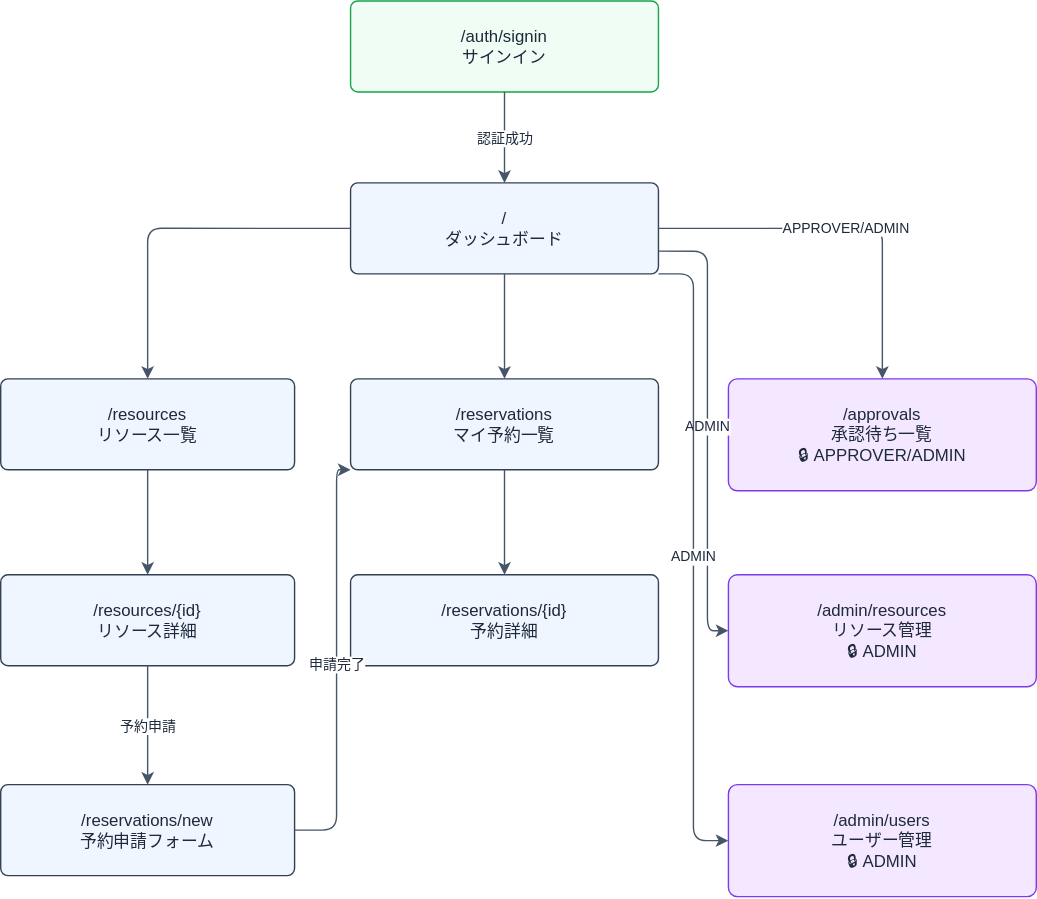
This is docs-next/static/diagrams/spec/screen-spec-navigation.drawio.svg from CHS-Training-Org/ai_training_for_chuo_system, a draw.io export, as it was before one commit. Source tidied: cells renumbered, new cells last; positions are measured from the earlier drawing's top-left corner, leaving out a move shared by most shapes. Source of this version:
```xml
<mxGraphModel>
  <root>
    <mxCell id="0" />
    <mxCell id="1" parent="0" />
    <mxCell id="2" value="/auth/signin&#10;サインイン" style="rounded=1;whiteSpace=wrap;html=1;fillColor=#F0FDF4;strokeColor=#16A34A;fontColor=#1E293B;arcSize=8;" parent="1" vertex="1">
      <mxGeometry x="250" width="220" height="65" as="geometry" />
    </mxCell>
    <mxCell id="3" value="/&#10;ダッシュボード" style="rounded=1;whiteSpace=wrap;html=1;fillColor=#EFF6FF;strokeColor=#334155;fontColor=#1E293B;arcSize=8;" parent="1" vertex="1">
      <mxGeometry x="250" y="130" width="220" height="65" as="geometry" />
    </mxCell>
    <mxCell id="4" value="/resources&#10;リソース一覧" style="rounded=1;whiteSpace=wrap;html=1;fillColor=#EFF6FF;strokeColor=#334155;fontColor=#1E293B;arcSize=8;" parent="1" vertex="1">
      <mxGeometry y="270" width="210" height="65" as="geometry" />
    </mxCell>
    <mxCell id="5" value="/reservations&#10;マイ予約一覧" style="rounded=1;whiteSpace=wrap;html=1;fillColor=#EFF6FF;strokeColor=#334155;fontColor=#1E293B;arcSize=8;" parent="1" vertex="1">
      <mxGeometry x="250" y="270" width="220" height="65" as="geometry" />
    </mxCell>
    <mxCell id="6" value="/approvals&#10;承認待ち一覧&#10;🔒 APPROVER/ADMIN" style="rounded=1;whiteSpace=wrap;html=1;fillColor=#F3E8FF;strokeColor=#7C3AED;fontColor=#1E293B;arcSize=8;" parent="1" vertex="1">
      <mxGeometry x="520" y="270" width="220" height="80" as="geometry" />
    </mxCell>
    <mxCell id="7" value="/resources/{id}&#10;リソース詳細" style="rounded=1;whiteSpace=wrap;html=1;fillColor=#EFF6FF;strokeColor=#334155;fontColor=#1E293B;arcSize=8;" parent="1" vertex="1">
      <mxGeometry y="410" width="210" height="65" as="geometry" />
    </mxCell>
    <mxCell id="8" value="/reservations/{id}&#10;予約詳細" style="rounded=1;whiteSpace=wrap;html=1;fillColor=#EFF6FF;strokeColor=#334155;fontColor=#1E293B;arcSize=8;" parent="1" vertex="1">
      <mxGeometry x="250" y="410" width="220" height="65" as="geometry" />
    </mxCell>
    <mxCell id="9" value="/admin/resources&#10;リソース管理&#10;🔒 ADMIN" style="rounded=1;whiteSpace=wrap;html=1;fillColor=#F3E8FF;strokeColor=#7C3AED;fontColor=#1E293B;arcSize=8;" parent="1" vertex="1">
      <mxGeometry x="520" y="410" width="220" height="80" as="geometry" />
    </mxCell>
    <mxCell id="10" value="/reservations/new&#10;予約申請フォーム" style="rounded=1;whiteSpace=wrap;html=1;fillColor=#EFF6FF;strokeColor=#334155;fontColor=#1E293B;arcSize=8;" parent="1" vertex="1">
      <mxGeometry y="560" width="210" height="65" as="geometry" />
    </mxCell>
    <mxCell id="11" value="/admin/users&#10;ユーザー管理&#10;🔒 ADMIN" style="rounded=1;whiteSpace=wrap;html=1;fillColor=#F3E8FF;strokeColor=#7C3AED;fontColor=#1E293B;arcSize=8;" parent="1" vertex="1">
      <mxGeometry x="520" y="560" width="220" height="80" as="geometry" />
    </mxCell>
    <mxCell id="12" value="認証成功" style="edgeStyle=orthogonalEdgeStyle;rounded=1;jettySize=auto;html=1;strokeColor=#475569;fontColor=#1E293B;fontSize=10;" parent="1" edge="1" source="2" target="3">
      <mxGeometry relative="1" as="geometry" />
    </mxCell>
    <mxCell id="13" style="edgeStyle=orthogonalEdgeStyle;rounded=1;jettySize=auto;html=1;strokeColor=#475569;exitX=0;exitY=0.5;exitDx=0;exitDy=0;entryX=0.5;entryY=0;entryDx=0;entryDy=0;" parent="1" edge="1" source="3" target="4">
      <mxGeometry relative="1" as="geometry" />
    </mxCell>
    <mxCell id="14" style="edgeStyle=orthogonalEdgeStyle;rounded=1;jettySize=auto;html=1;strokeColor=#475569;exitX=0.5;exitY=1;exitDx=0;exitDy=0;entryX=0.5;entryY=0;entryDx=0;entryDy=0;" parent="1" edge="1" source="3" target="5">
      <mxGeometry relative="1" as="geometry" />
    </mxCell>
    <mxCell id="15" value="APPROVER/ADMIN" style="edgeStyle=orthogonalEdgeStyle;rounded=1;jettySize=auto;html=1;strokeColor=#475569;fontColor=#1E293B;fontSize=10;exitX=1;exitY=0.5;exitDx=0;exitDy=0;entryX=0.5;entryY=0;entryDx=0;entryDy=0;" parent="1" edge="1" source="3" target="6">
      <mxGeometry relative="1" as="geometry" />
    </mxCell>
    <mxCell id="16" value="ADMIN" style="edgeStyle=orthogonalEdgeStyle;rounded=1;jettySize=auto;html=1;strokeColor=#475569;fontColor=#1E293B;fontSize=10;exitX=1;exitY=0.75;exitDx=0;exitDy=0;entryX=0;entryY=0.5;entryDx=0;entryDy=0;" parent="1" edge="1" source="3" target="9">
      <mxGeometry relative="1" as="geometry">
        <Array as="points">
          <mxPoint x="505" y="450" />
        </Array>
      </mxGeometry>
    </mxCell>
    <mxCell id="17" value="ADMIN" style="edgeStyle=orthogonalEdgeStyle;rounded=1;jettySize=auto;html=1;strokeColor=#475569;fontColor=#1E293B;fontSize=10;exitX=1;exitY=1;exitDx=0;exitDy=0;entryX=0;entryY=0.5;entryDx=0;entryDy=0;" parent="1" edge="1" source="3" target="11">
      <mxGeometry relative="1" as="geometry">
        <Array as="points">
          <mxPoint x="495" y="195" />
          <mxPoint x="495" y="600" />
        </Array>
      </mxGeometry>
    </mxCell>
    <mxCell id="18" style="edgeStyle=orthogonalEdgeStyle;rounded=1;jettySize=auto;html=1;strokeColor=#475569;" parent="1" edge="1" source="4" target="7">
      <mxGeometry relative="1" as="geometry" />
    </mxCell>
    <mxCell id="19" value="予約申請" style="edgeStyle=orthogonalEdgeStyle;rounded=1;jettySize=auto;html=1;strokeColor=#475569;fontColor=#1E293B;fontSize=10;" parent="1" edge="1" source="7" target="10">
      <mxGeometry relative="1" as="geometry" />
    </mxCell>
    <mxCell id="20" value="申請完了" style="edgeStyle=orthogonalEdgeStyle;rounded=1;jettySize=auto;html=1;strokeColor=#475569;fontColor=#1E293B;fontSize=10;exitX=1;exitY=0.5;exitDx=0;exitDy=0;entryX=0;entryY=1;entryDx=0;entryDy=0;" parent="1" edge="1" source="10" target="5">
      <mxGeometry relative="1" as="geometry">
        <Array as="points">
          <mxPoint x="240" y="592" />
          <mxPoint x="240" y="335" />
        </Array>
      </mxGeometry>
    </mxCell>
    <mxCell id="21" style="edgeStyle=orthogonalEdgeStyle;rounded=1;jettySize=auto;html=1;strokeColor=#475569;" parent="1" edge="1" source="5" target="8">
      <mxGeometry relative="1" as="geometry" />
    </mxCell>
  </root>
</mxGraphModel>
```
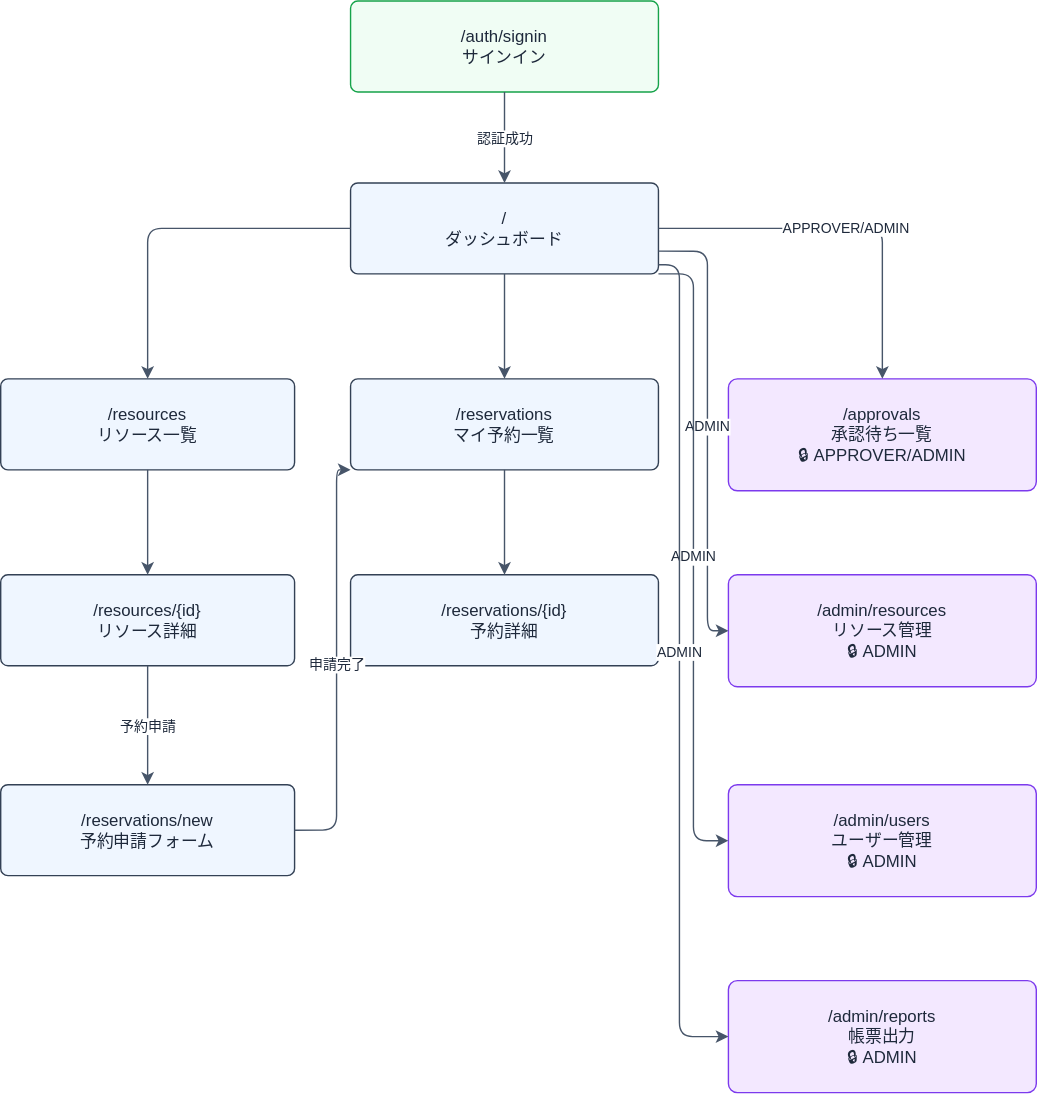
The same file after the commit.

Commit message:
docs(spec): CSV 帳票出力の仕様を追記する

Change to the diagram source:
```diff
@@ -76,5 +76,16 @@
     <mxCell id="21" style="edgeStyle=orthogonalEdgeStyle;rounded=1;jettySize=auto;html=1;strokeColor=#475569;" parent="1" edge="1" source="5" target="8">
       <mxGeometry relative="1" as="geometry" />
     </mxCell>
+    <mxCell id="22" value="/admin/reports&#10;帳票出力&#10;🔒 ADMIN" style="rounded=1;whiteSpace=wrap;html=1;fillColor=#F3E8FF;strokeColor=#7C3AED;fontColor=#1E293B;arcSize=8;" parent="1" vertex="1">
+      <mxGeometry x="520" y="700" width="220" height="80" as="geometry" />
+    </mxCell>
+    <mxCell id="23" value="ADMIN" style="edgeStyle=orthogonalEdgeStyle;rounded=1;jettySize=auto;html=1;strokeColor=#475569;fontColor=#1E293B;fontSize=10;exitX=1;exitY=0.9;exitDx=0;exitDy=0;entryX=0;entryY=0.5;entryDx=0;entryDy=0;" parent="1" edge="1" source="3" target="22">
+      <mxGeometry relative="1" as="geometry">
+        <Array as="points">
+          <mxPoint x="485" y="188" />
+          <mxPoint x="485" y="740" />
+        </Array>
+      </mxGeometry>
+    </mxCell>
   </root>
 </mxGraphModel>
```
